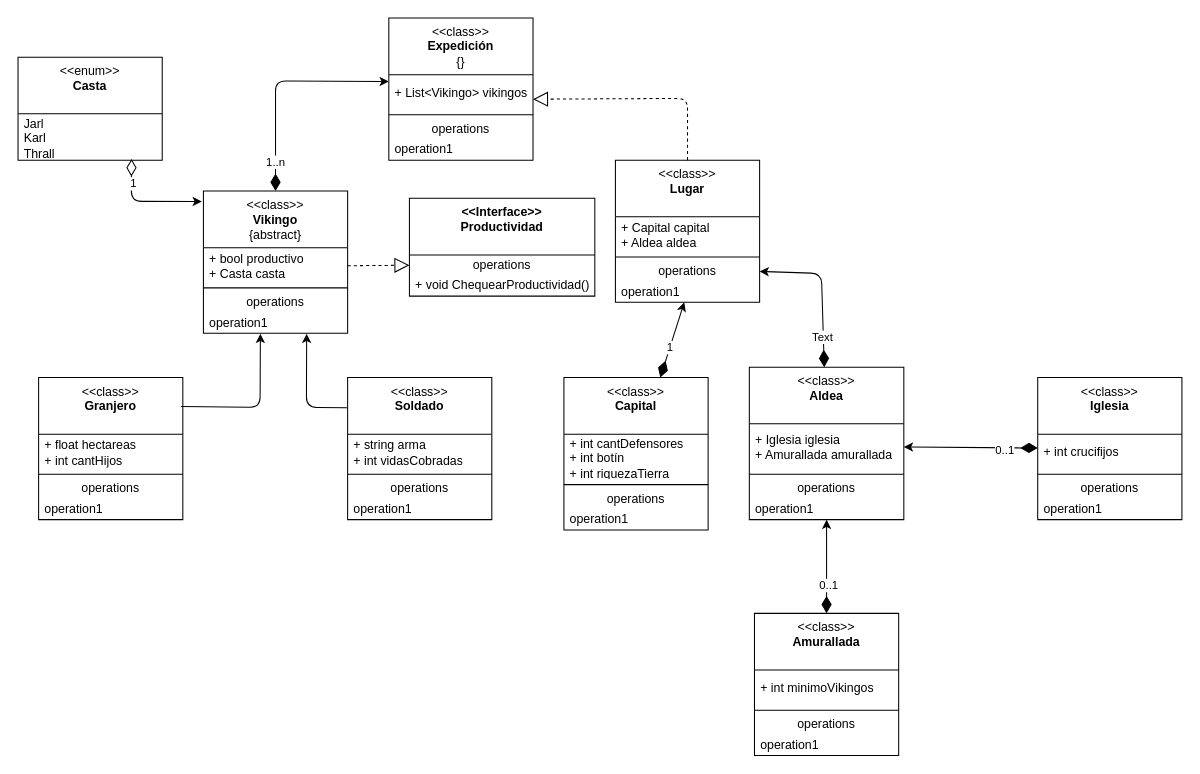
This is Vikingos/UML.drawio from PasandiLuka/TrabajosDuran, a draw.io file, before an edit. Source tidied: cells renumbered, new cells numbered last; positions are measured from the earlier drawing's top-left corner, leaving out a move shared by most shapes. Both pictures are drawn from the tidied source at 103%, with x=0, y=0 at pixel (18, 18).
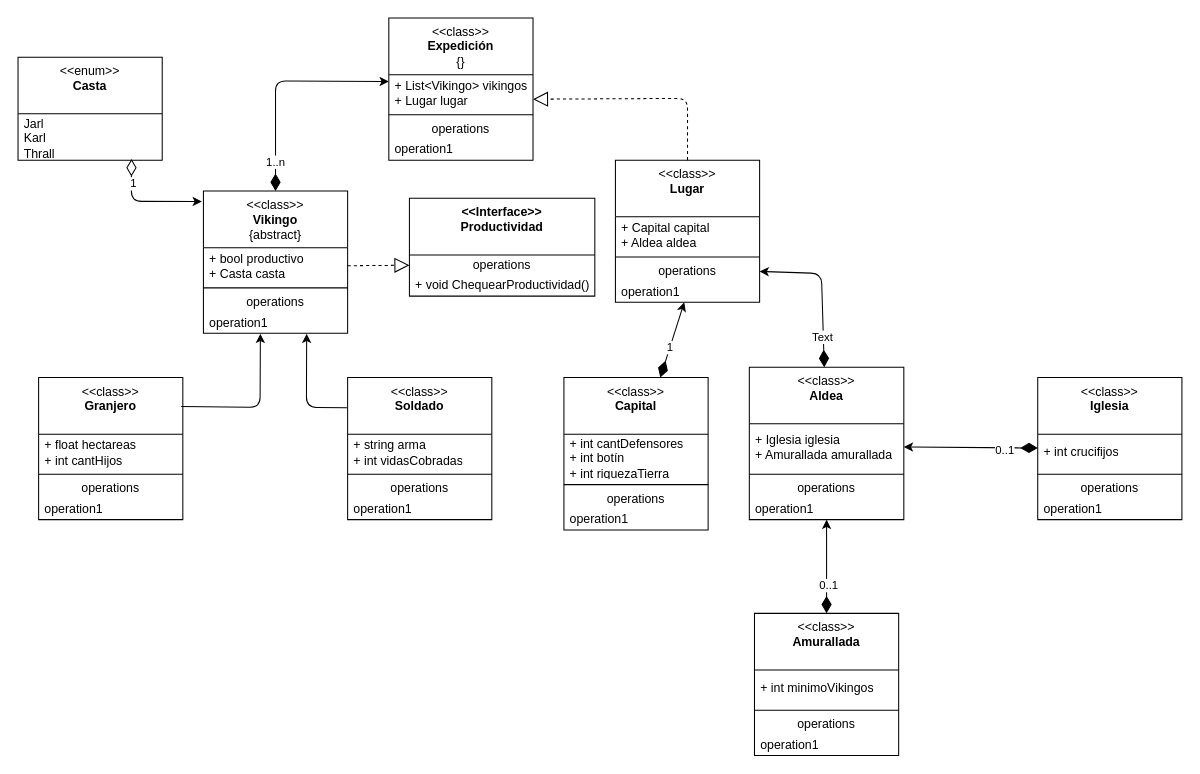
The same diagram, later.

The change refers to these unchanged cells:
```xml
<mxCell id="18" value="&amp;lt;&amp;lt;class&amp;gt;&amp;gt;&lt;br&gt;&lt;b&gt;Expedición&lt;/b&gt;&lt;br&gt;{}" style="swimlane;fontStyle=0;align=center;verticalAlign=top;horizontal=1;startSize=55;html=1;whiteSpace=wrap;" parent="1" vertex="1">
  <mxGeometry x="360" width="140" height="138" as="geometry" />
</mxCell>
```

Change to the diagram source:
```diff
@@
-    <mxCell id="19" value="+ List&amp;lt;Vikingo&amp;gt; vikingos" style="text;html=1;strokeColor=none;fillColor=none;align=left;verticalAlign=middle;spacingLeft=4;spacingRight=4;overflow=hidden;points=[[0,0.5],[1,0.5]];portConstraint=eastwest;whiteSpace=wrap;" parent="18" vertex="1">
+    <mxCell id="19" value="+ List&amp;lt;Vikingo&amp;gt; vikingos&lt;div&gt;&lt;font style=&quot;color: rgb(0, 0, 0);&quot;&gt;+ Lugar lugar&lt;/font&gt;&lt;/div&gt;" style="text;html=1;strokeColor=none;fillColor=none;align=left;verticalAlign=middle;spacingLeft=4;spacingRight=4;overflow=hidden;points=[[0,0.5],[1,0.5]];portConstraint=eastwest;whiteSpace=wrap;" parent="18" vertex="1">
       <mxGeometry y="55" width="140" height="35" as="geometry" />
     </mxCell>
```
